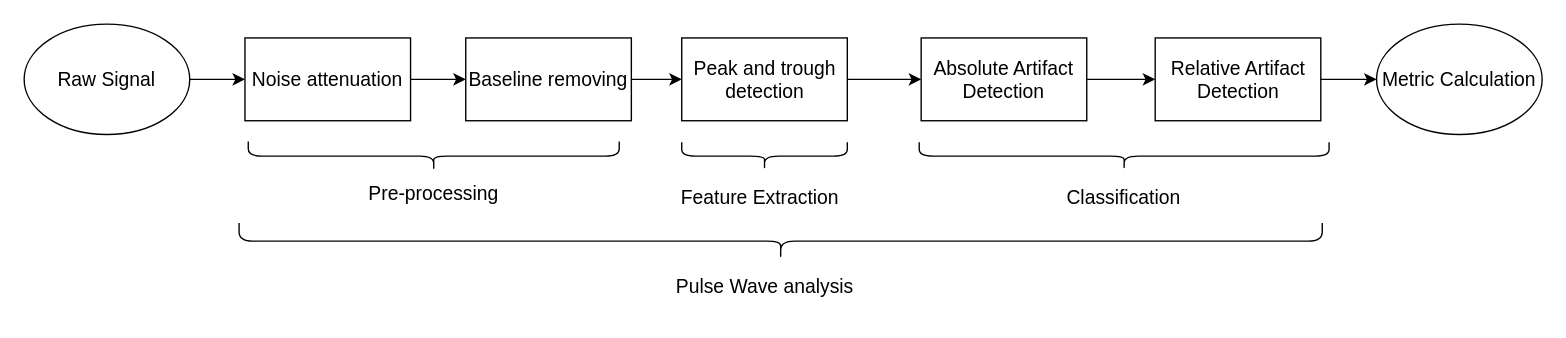
1102131860/FYP keeps this draw.io diagram as page "Page-1" (1 of 3) of Propess stages.drawio. Above is the earlier version. Source tidied: cells renumbered, new cells numbered last; positions are measured from the earlier drawing's top-left corner, leaving out a move shared by most shapes. Both pictures are drawn from the tidied source at 138%, with x=0, y=0 at pixel (23, -301).
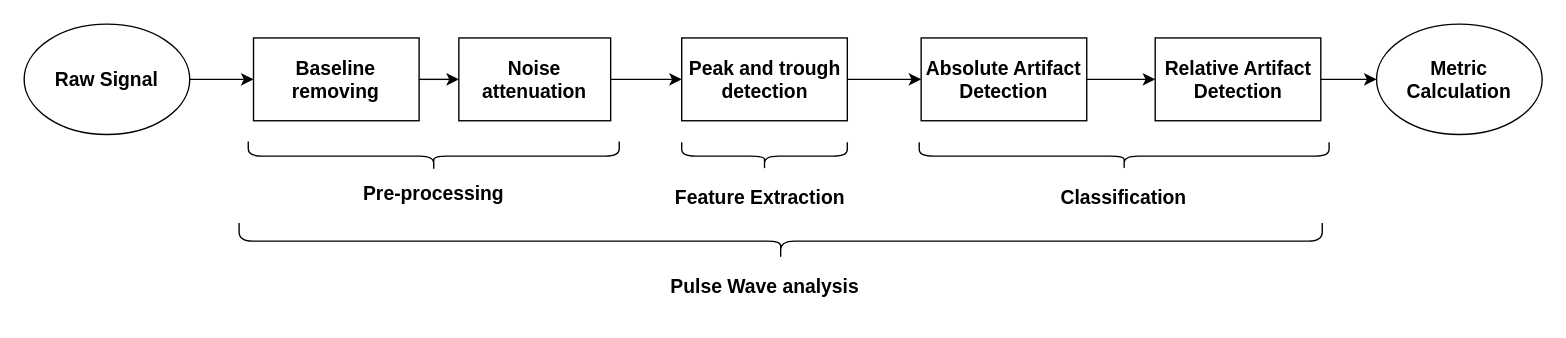
The same diagram, later.

Change to the diagram source:
```diff
@@
-    <mxCell id="2" value="Noise attenuation" style="rounded=0;whiteSpace=wrap;html=1;fontSize=14;" parent="1" vertex="1">
-      <mxGeometry x="160" y="245" width="120" height="60" as="geometry" />
-    </mxCell>
-    <mxCell id="3" value="Baseline removing" style="rounded=0;whiteSpace=wrap;html=1;fontSize=14;" parent="1" vertex="1">
-      <mxGeometry x="320" y="245" width="120" height="60" as="geometry" />
-    </mxCell>
-    <mxCell id="4" value="Peak and trough detection" style="rounded=0;whiteSpace=wrap;html=1;fontSize=14;" parent="1" vertex="1">
+    <mxCell id="4" value="Peak and trough detection" style="rounded=0;whiteSpace=wrap;html=1;fontSize=14;fontStyle=1;" parent="1" vertex="1">
       <mxGeometry x="476.5" y="245" width="120" height="60" as="geometry" />
     </mxCell>
-    <mxCell id="5" value="Absolute Artifact Detection" style="rounded=0;whiteSpace=wrap;html=1;fontSize=14;" parent="1" vertex="1">
+    <mxCell id="5" value="Absolute Artifact Detection" style="rounded=0;whiteSpace=wrap;html=1;fontSize=14;fontStyle=1;" parent="1" vertex="1">
       <mxGeometry x="650" y="245" width="120" height="60" as="geometry" />
     </mxCell>
-    <mxCell id="6" value="Relative Artifact Detection" style="rounded=0;whiteSpace=wrap;html=1;fontSize=14;" parent="1" vertex="1">
+    <mxCell id="6" value="Relative Artifact Detection" style="rounded=0;whiteSpace=wrap;html=1;fontSize=14;fontStyle=1;" parent="1" vertex="1">
       <mxGeometry x="819.6" y="245" width="120" height="60" as="geometry" />
     </mxCell>
-    <mxCell id="7" value="Metric Calculation" style="ellipse;whiteSpace=wrap;html=1;fontSize=14;" parent="1" vertex="1">
+    <mxCell id="7" value="Metric Calculation" style="ellipse;whiteSpace=wrap;html=1;fontSize=14;fontStyle=1;" parent="1" vertex="1">
       <mxGeometry x="980" y="235" width="120" height="80" as="geometry" />
     </mxCell>
-    <mxCell id="8" value="Raw Signal" style="ellipse;whiteSpace=wrap;html=1;fontSize=14;" parent="1" vertex="1">
+    <mxCell id="8" value="Raw Signal" style="ellipse;whiteSpace=wrap;html=1;fontSize=14;fontStyle=1;" parent="1" vertex="1">
       <mxGeometry y="235" width="120" height="80" as="geometry" />
     </mxCell>
-    <mxCell id="9" style="shape=curlyBracket;whiteSpace=wrap;html=1;rounded=1;labelPosition=left;verticalLabelPosition=middle;align=right;verticalAlign=middle;rotation=-90;fontSize=14;" parent="1" vertex="1">
+    <mxCell id="9" style="shape=curlyBracket;whiteSpace=wrap;html=1;rounded=1;labelPosition=left;verticalLabelPosition=middle;align=right;verticalAlign=middle;rotation=-90;fontSize=14;fontStyle=1;" parent="1" vertex="1">
       <mxGeometry x="286.2" y="196.2" width="21.2" height="268.8" as="geometry" />
     </mxCell>
-    <mxCell id="10" value="Pre-processing" style="text;html=1;strokeColor=none;fillColor=none;align=center;verticalAlign=middle;whiteSpace=wrap;rounded=0;fontSize=14;" parent="1" vertex="1">
+    <mxCell id="10" value="Pre-processing" style="text;html=1;strokeColor=none;fillColor=none;align=center;verticalAlign=middle;whiteSpace=wrap;rounded=0;fontSize=14;fontStyle=1;" parent="1" vertex="1">
       <mxGeometry x="242.8" y="338.1" width="108.1" height="40" as="geometry" />
     </mxCell>
-    <mxCell id="11" style="shape=curlyBracket;whiteSpace=wrap;html=1;rounded=1;flipH=1;labelPosition=right;verticalLabelPosition=middle;align=left;verticalAlign=middle;rotation=90;size=0.5;fontSize=14;" parent="1" vertex="1">
+    <mxCell id="11" style="shape=curlyBracket;whiteSpace=wrap;html=1;rounded=1;flipH=1;labelPosition=right;verticalLabelPosition=middle;align=left;verticalAlign=middle;rotation=90;size=0.5;fontSize=14;fontStyle=1;" parent="1" vertex="1">
       <mxGeometry x="526.5" y="270.6" width="20" height="120" as="geometry" />
     </mxCell>
-    <mxCell id="12" value="Feature Extraction" style="text;html=1;strokeColor=none;fillColor=none;align=center;verticalAlign=middle;whiteSpace=wrap;rounded=0;fontSize=14;" parent="1" vertex="1">
+    <mxCell id="12" value="Feature Extraction" style="text;html=1;strokeColor=none;fillColor=none;align=center;verticalAlign=middle;whiteSpace=wrap;rounded=0;fontSize=14;fontStyle=1;" parent="1" vertex="1">
       <mxGeometry x="470" y="340.6" width="126.5" height="40" as="geometry" />
     </mxCell>
-    <mxCell id="13" style="shape=curlyBracket;whiteSpace=wrap;html=1;rounded=1;flipH=1;labelPosition=right;verticalLabelPosition=middle;align=left;verticalAlign=middle;rotation=90;size=0.5;fontSize=14;" parent="1" vertex="1">
+    <mxCell id="13" style="shape=curlyBracket;whiteSpace=wrap;html=1;rounded=1;flipH=1;labelPosition=right;verticalLabelPosition=middle;align=left;verticalAlign=middle;rotation=90;size=0.5;fontSize=14;fontStyle=1;" parent="1" vertex="1">
       <mxGeometry x="787.1" y="182.1" width="20" height="297" as="geometry" />
     </mxCell>
-    <mxCell id="14" value="Classification" style="text;html=1;strokeColor=none;fillColor=none;align=center;verticalAlign=middle;whiteSpace=wrap;rounded=0;fontSize=14;" parent="1" vertex="1">
+    <mxCell id="14" value="Classification" style="text;html=1;strokeColor=none;fillColor=none;align=center;verticalAlign=middle;whiteSpace=wrap;rounded=0;fontSize=14;fontStyle=1;" parent="1" vertex="1">
       <mxGeometry x="747.4" y="343.1" width="99.6" height="35" as="geometry" />
     </mxCell>
-    <mxCell id="15" style="shape=curlyBracket;whiteSpace=wrap;html=1;rounded=1;flipH=1;labelPosition=right;verticalLabelPosition=middle;align=left;verticalAlign=middle;rotation=90;fontSize=14;" parent="1" vertex="1">
+    <mxCell id="15" style="shape=curlyBracket;whiteSpace=wrap;html=1;rounded=1;flipH=1;labelPosition=right;verticalLabelPosition=middle;align=left;verticalAlign=middle;rotation=90;fontSize=14;fontStyle=1;" parent="1" vertex="1">
       <mxGeometry x="535" y="-0.2" width="26.4" height="784.9" as="geometry" />
     </mxCell>
-    <mxCell id="16" value="Pulse Wave analysis" style="text;html=1;strokeColor=none;fillColor=none;align=center;verticalAlign=middle;whiteSpace=wrap;rounded=0;fontSize=14;" parent="1" vertex="1">
+    <mxCell id="16" value="Pulse Wave analysis" style="text;html=1;strokeColor=none;fillColor=none;align=center;verticalAlign=middle;whiteSpace=wrap;rounded=0;fontSize=14;fontStyle=1;" parent="1" vertex="1">
       <mxGeometry x="456.5" y="405" width="160" height="40" as="geometry" />
     </mxCell>
-    <mxCell id="17" style="endArrow=classic;html=1;rounded=0;entryX=0;entryY=0.5;entryDx=0;entryDy=0;exitX=1;exitY=0.5;exitDx=0;exitDy=0;fontSize=14;" parent="1" edge="1" source="8" target="2">
+    <mxCell id="17" style="endArrow=classic;html=1;rounded=0;entryX=0;entryY=0.5;entryDx=0;entryDy=0;exitX=1;exitY=0.5;exitDx=0;exitDy=0;fontSize=14;fontStyle=1;" parent="1" edge="1" source="8" target="3">
       <mxGeometry relative="1" as="geometry" />
     </mxCell>
-    <mxCell id="18" style="endArrow=classic;html=1;rounded=0;exitX=1;exitY=0.5;exitDx=0;exitDy=0;entryX=0;entryY=0.5;entryDx=0;entryDy=0;fontSize=14;" parent="1" edge="1" source="2" target="3">
+    <mxCell id="18" style="endArrow=classic;html=1;rounded=0;exitX=1;exitY=0.5;exitDx=0;exitDy=0;fontSize=14;entryX=0;entryY=0.5;entryDx=0;entryDy=0;fontStyle=1;" parent="1" edge="1" source="3" target="2">
       <mxGeometry relative="1" as="geometry" />
     </mxCell>
-    <mxCell id="19" style="endArrow=classic;html=1;rounded=0;exitX=1;exitY=0.5;exitDx=0;exitDy=0;entryX=0;entryY=0.5;entryDx=0;entryDy=0;fontSize=14;" parent="1" edge="1" source="3" target="4">
+    <mxCell id="19" style="endArrow=classic;html=1;rounded=0;exitX=1;exitY=0.5;exitDx=0;exitDy=0;entryX=0;entryY=0.5;entryDx=0;entryDy=0;fontSize=14;fontStyle=1;" parent="1" edge="1" source="2" target="4">
       <mxGeometry relative="1" as="geometry" />
     </mxCell>
-    <mxCell id="20" style="endArrow=classic;html=1;rounded=0;exitX=1;exitY=0.5;exitDx=0;exitDy=0;entryX=0;entryY=0.5;entryDx=0;entryDy=0;fontSize=14;" parent="1" edge="1" source="4" target="5">
+    <mxCell id="20" style="endArrow=classic;html=1;rounded=0;exitX=1;exitY=0.5;exitDx=0;exitDy=0;entryX=0;entryY=0.5;entryDx=0;entryDy=0;fontSize=14;fontStyle=1;" parent="1" edge="1" source="4" target="5">
       <mxGeometry relative="1" as="geometry" />
     </mxCell>
-    <mxCell id="21" style="endArrow=classic;html=1;rounded=0;exitX=1;exitY=0.5;exitDx=0;exitDy=0;entryX=0;entryY=0.5;entryDx=0;entryDy=0;fontSize=14;" parent="1" edge="1" source="5" target="6">
+    <mxCell id="21" style="endArrow=classic;html=1;rounded=0;exitX=1;exitY=0.5;exitDx=0;exitDy=0;entryX=0;entryY=0.5;entryDx=0;entryDy=0;fontSize=14;fontStyle=1;" parent="1" edge="1" source="5" target="6">
       <mxGeometry relative="1" as="geometry" />
     </mxCell>
-    <mxCell id="22" style="endArrow=classic;html=1;rounded=0;entryX=0;entryY=0.5;entryDx=0;entryDy=0;exitX=1;exitY=0.5;exitDx=0;exitDy=0;fontSize=14;" parent="1" edge="1" source="6" target="7">
+    <mxCell id="22" style="endArrow=classic;html=1;rounded=0;entryX=0;entryY=0.5;entryDx=0;entryDy=0;exitX=1;exitY=0.5;exitDx=0;exitDy=0;fontSize=14;fontStyle=1;" parent="1" edge="1" source="6" target="7">
       <mxGeometry relative="1" as="geometry" />
     </mxCell>
+    <mxCell id="2" value="Noise attenuation" style="rounded=0;whiteSpace=wrap;html=1;fontSize=14;fontStyle=1;" parent="1" vertex="1">
+      <mxGeometry x="315" y="245" width="110" height="60" as="geometry" />
+    </mxCell>
+    <mxCell id="3" value="Baseline removing" style="rounded=0;whiteSpace=wrap;html=1;fontSize=14;fontStyle=1;" parent="1" vertex="1">
+      <mxGeometry x="166.2" y="245" width="120" height="60" as="geometry" />
+    </mxCell>
```
